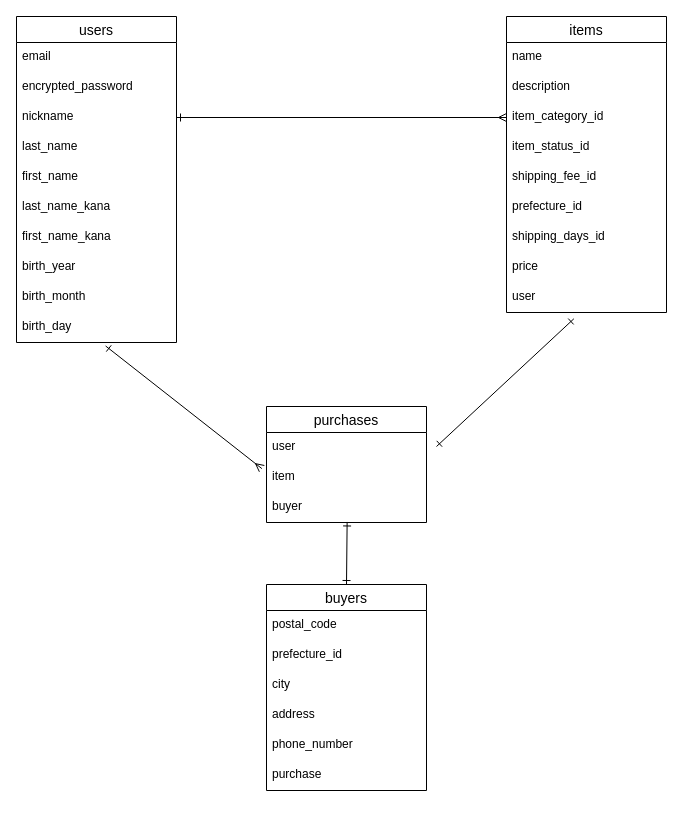
Matt19950109/furima-39439 keeps this draw.io diagram as er_diagram.dio. Above is the earlier version. Source tidied: cells renumbered, new cells numbered last; positions are measured from the earlier drawing's top-left corner, leaving out a move shared by most shapes. Both pictures are drawn from the tidied source at 100%, with x=0, y=0 at pixel (16, 16).
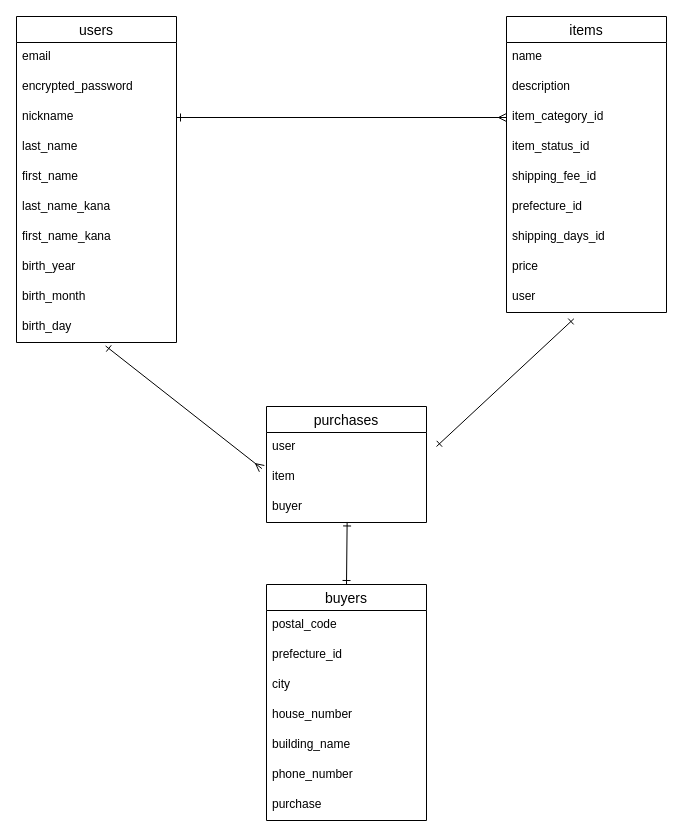
The same diagram, later.

Commit message:
buyersテーブルの修正に伴うER図の変更

Change to the diagram source:
```diff
@@
     <mxCell id="24" value="buyers" style="swimlane;fontStyle=0;horizontal=1;startSize=26;align=center;fontSize=14;" parent="1" vertex="1">
-      <mxGeometry x="250" y="568" width="160" height="206" as="geometry" />
+      <mxGeometry x="250" y="568" width="160" height="236" as="geometry" />
     </mxCell>
@@
-    <mxCell id="28" value="address" style="text;strokeColor=none;fillColor=none;spacingLeft=4;spacingRight=4;overflow=hidden;fontSize=12;" parent="24" vertex="1">
+    <mxCell id="28" value="house_number" style="text;strokeColor=none;fillColor=none;spacingLeft=4;spacingRight=4;overflow=hidden;fontSize=12;" parent="24" vertex="1">
       <mxGeometry y="116" width="160" height="30" as="geometry" />
     </mxCell>
+    <mxCell id="38" value="building_name" style="text;strokeColor=none;fillColor=none;spacingLeft=4;spacingRight=4;overflow=hidden;fontSize=12;" parent="24" vertex="1">
+      <mxGeometry y="146" width="160" height="30" as="geometry" />
+    </mxCell>
     <mxCell id="29" value="phone_number" style="text;strokeColor=none;fillColor=none;spacingLeft=4;spacingRight=4;overflow=hidden;fontSize=12;" parent="24" vertex="1">
-      <mxGeometry y="146" width="160" height="30" as="geometry" />
+      <mxGeometry y="176" width="160" height="30" as="geometry" />
     </mxCell>
     <mxCell id="30" value="purchase" style="text;strokeColor=none;fillColor=none;spacingLeft=4;spacingRight=4;overflow=hidden;fontSize=12;" parent="24" vertex="1">
-      <mxGeometry y="176" width="160" height="30" as="geometry" />
+      <mxGeometry y="206" width="160" height="30" as="geometry" />
     </mxCell>
```
